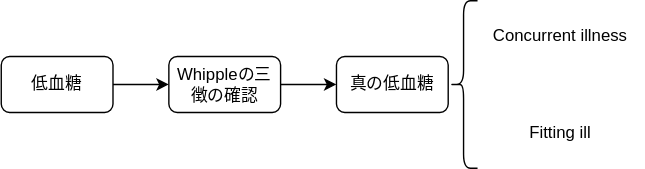
Earlier version of the draw.io export figure/flowchart.svg (figarofuga/hypoglycemia). Source tidied: cells renumbered, new cells last; positions are measured from the earlier drawing's top-left corner, leaving out a move shared by most shapes.
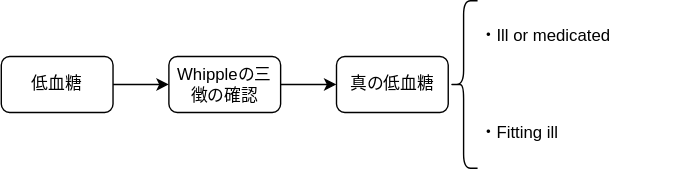
The same diagram one commit later.

The edit, as a diff of the source:
```diff
@@ -20,10 +20,10 @@
     <mxCell id="7" style="shape=curlyBracket;whiteSpace=wrap;html=1;rounded=1;labelPosition=left;verticalLabelPosition=middle;align=right;verticalAlign=middle;" parent="1" vertex="1">
       <mxGeometry x="321" width="20" height="120" as="geometry" />
     </mxCell>
-    <mxCell id="8" value="Concurrent illness" style="text;html=1;align=center;verticalAlign=middle;whiteSpace=wrap;rounded=0;" parent="1" vertex="1">
-      <mxGeometry x="341" y="10" width="119" height="30" as="geometry" />
+    <mxCell id="8" value="・Ill or medicated" style="text;html=1;align=left;verticalAlign=middle;whiteSpace=wrap;rounded=0;" parent="1" vertex="1">
+      <mxGeometry x="341" y="10" width="139" height="30" as="geometry" />
     </mxCell>
-    <mxCell id="9" value="Fitting ill" style="text;html=1;align=center;verticalAlign=middle;whiteSpace=wrap;rounded=0;" parent="1" vertex="1">
+    <mxCell id="9" value="・Fitting ill" style="text;html=1;align=left;verticalAlign=middle;whiteSpace=wrap;rounded=0;" parent="1" vertex="1">
       <mxGeometry x="341" y="80" width="119" height="30" as="geometry" />
     </mxCell>
   </root>
```
